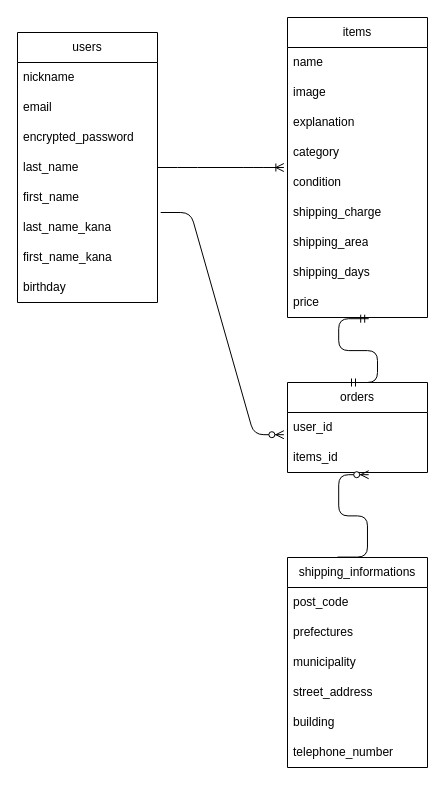
Earlier version of the draw.io diagram furima.dio (sken100627/furima-39775). Source tidied: cells renumbered, new cells numbered last; positions are measured from the earlier drawing's top-left corner, leaving out a move shared by most shapes. Both pictures are drawn from the tidied source at 100%, with x=0, y=0 at pixel (17, 17).
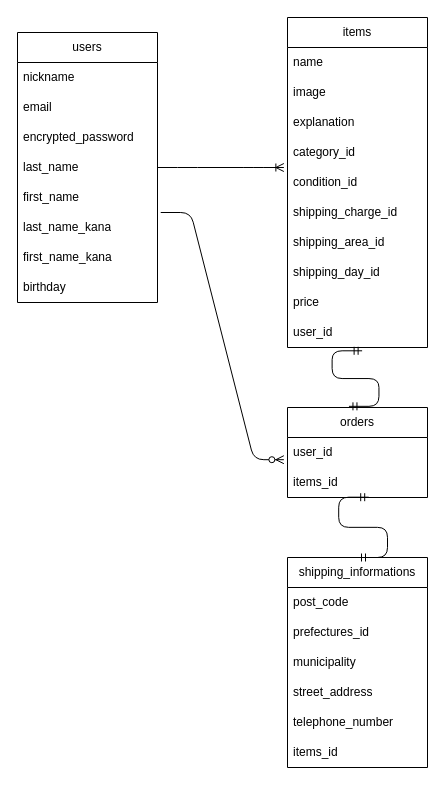
Above is the later version.

Commit message (it also covers changes not shown here):
ER図、README修正１

Unchanged cells that the change refers to:
```xml
<mxCell id="20" value="price" style="text;strokeColor=none;fillColor=none;align=left;verticalAlign=middle;spacingLeft=4;spacingRight=4;overflow=hidden;points=[[0,0.5],[1,0.5]];portConstraint=eastwest;whiteSpace=wrap;html=1;" parent="11" vertex="1">
  <mxGeometry y="270" width="140" height="30" as="geometry" />
</mxCell>
<mxCell id="21" value="shipping_informations" style="swimlane;fontStyle=0;horizontal=1;startSize=30;whiteSpace=wrap;html=1;" parent="1" vertex="1">
  <mxGeometry x="270" y="540" width="140" height="210" as="geometry" />
</mxCell>
<mxCell id="30" value="items_id" style="text;strokeColor=none;fillColor=none;align=left;verticalAlign=middle;spacingLeft=4;spacingRight=4;overflow=hidden;points=[[0,0.5],[1,0.5]];portConstraint=eastwest;whiteSpace=wrap;html=1;" parent="28" vertex="1">
  <mxGeometry y="60" width="140" height="30" as="geometry" />
</mxCell>
```

The edit, as a diff of the source:
```diff
@@
     <mxCell id="11" value="items" style="swimlane;fontStyle=0;horizontal=1;startSize=30;whiteSpace=wrap;html=1;" parent="1" vertex="1">
-      <mxGeometry x="270" width="140" height="300" as="geometry" />
+      <mxGeometry x="270" width="140" height="330" as="geometry" />
     </mxCell>
@@
-    <mxCell id="15" value="category" style="text;strokeColor=none;fillColor=none;align=left;verticalAlign=middle;spacingLeft=4;spacingRight=4;overflow=hidden;whiteSpace=wrap;html=1;" parent="11" vertex="1">
+    <mxCell id="15" value="category_id" style="text;strokeColor=none;fillColor=none;align=left;verticalAlign=middle;spacingLeft=4;spacingRight=4;overflow=hidden;whiteSpace=wrap;html=1;" parent="11" vertex="1">
       <mxGeometry y="120" width="140" height="30" as="geometry" />
     </mxCell>
-    <mxCell id="16" value="condition" style="text;strokeColor=none;fillColor=none;align=left;verticalAlign=middle;spacingLeft=4;spacingRight=4;overflow=hidden;points=[[0,0.5],[1,0.5]];portConstraint=eastwest;whiteSpace=wrap;html=1;" parent="11" vertex="1">
+    <mxCell id="16" value="condition_id" style="text;strokeColor=none;fillColor=none;align=left;verticalAlign=middle;spacingLeft=4;spacingRight=4;overflow=hidden;points=[[0,0.5],[1,0.5]];portConstraint=eastwest;whiteSpace=wrap;html=1;" parent="11" vertex="1">
       <mxGeometry y="150" width="140" height="30" as="geometry" />
     </mxCell>
-    <mxCell id="17" value="shipping_charge" style="text;strokeColor=none;fillColor=none;align=left;verticalAlign=middle;spacingLeft=4;spacingRight=4;overflow=hidden;whiteSpace=wrap;html=1;" parent="11" vertex="1">
+    <mxCell id="17" value="shipping_charge_id" style="text;strokeColor=none;fillColor=none;align=left;verticalAlign=middle;spacingLeft=4;spacingRight=4;overflow=hidden;whiteSpace=wrap;html=1;" parent="11" vertex="1">
       <mxGeometry y="180" width="140" height="30" as="geometry" />
     </mxCell>
-    <mxCell id="18" value="shipping_area" style="text;strokeColor=none;fillColor=none;align=left;verticalAlign=middle;spacingLeft=4;spacingRight=4;overflow=hidden;whiteSpace=wrap;html=1;" parent="11" vertex="1">
+    <mxCell id="18" value="shipping_area_id" style="text;strokeColor=none;fillColor=none;align=left;verticalAlign=middle;spacingLeft=4;spacingRight=4;overflow=hidden;whiteSpace=wrap;html=1;" parent="11" vertex="1">
       <mxGeometry y="210" width="140" height="30" as="geometry" />
     </mxCell>
-    <mxCell id="19" value="shipping_days" style="text;strokeColor=none;fillColor=none;align=left;verticalAlign=middle;spacingLeft=4;spacingRight=4;overflow=hidden;whiteSpace=wrap;html=1;" parent="11" vertex="1">
+    <mxCell id="19" value="shipping_day_id" style="text;strokeColor=none;fillColor=none;align=left;verticalAlign=middle;spacingLeft=4;spacingRight=4;overflow=hidden;whiteSpace=wrap;html=1;" parent="11" vertex="1">
       <mxGeometry y="240" width="140" height="30" as="geometry" />
     </mxCell>
@@
+    <mxCell id="35" value="user_id" style="text;strokeColor=none;fillColor=none;align=left;verticalAlign=middle;spacingLeft=4;spacingRight=4;overflow=hidden;points=[[0,0.5],[1,0.5]];portConstraint=eastwest;whiteSpace=wrap;html=1;" parent="11" vertex="1">
+      <mxGeometry y="300" width="140" height="30" as="geometry" />
+    </mxCell>
@@
-    <mxCell id="23" value="prefectures" style="text;strokeColor=none;fillColor=none;align=left;verticalAlign=middle;spacingLeft=4;spacingRight=4;overflow=hidden;whiteSpace=wrap;html=1;" parent="21" vertex="1">
+    <mxCell id="23" value="prefectures_id" style="text;strokeColor=none;fillColor=none;align=left;verticalAlign=middle;spacingLeft=4;spacingRight=4;overflow=hidden;whiteSpace=wrap;html=1;" parent="21" vertex="1">
       <mxGeometry y="60" width="140" height="30" as="geometry" />
     </mxCell>
@@
-    <mxCell id="26" value="building" style="text;strokeColor=none;fillColor=none;align=left;verticalAlign=middle;spacingLeft=4;spacingRight=4;overflow=hidden;whiteSpace=wrap;html=1;" parent="21" vertex="1">
-      <mxGeometry y="150" width="140" height="30" as="geometry" />
-    </mxCell>
     <mxCell id="27" value="telephone_number" style="text;strokeColor=none;fillColor=none;align=left;verticalAlign=middle;spacingLeft=4;spacingRight=4;overflow=hidden;whiteSpace=wrap;html=1;" parent="21" vertex="1">
-      <mxGeometry y="180" width="140" height="30" as="geometry" />
+      <mxGeometry y="150" width="140" height="30" as="geometry" />
     </mxCell>
+    <mxCell id="36" value="items_id" style="text;strokeColor=none;fillColor=none;align=left;verticalAlign=middle;spacingLeft=4;spacingRight=4;overflow=hidden;whiteSpace=wrap;html=1;" parent="21" vertex="1">
+      <mxGeometry y="180" width="140" height="30" as="geometry" />
+    </mxCell>
     <mxCell id="28" value="orders" style="swimlane;fontStyle=0;horizontal=1;startSize=30;whiteSpace=wrap;html=1;" parent="1" vertex="1">
-      <mxGeometry x="270" y="365" width="140" height="90" as="geometry" />
+      <mxGeometry x="270" y="390" width="140" height="90" as="geometry" />
     </mxCell>
@@
-    <mxCell id="32" style="edgeStyle=entityRelationEdgeStyle;fontSize=12;html=1;endArrow=ERzeroToMany;endFill=1;targetPerimeterSpacing=1;entryX=0.58;entryY=1.073;entryDx=0;entryDy=0;entryPerimeter=0;exitX=0.357;exitY=-0.002;exitDx=0;exitDy=0;exitPerimeter=0;" parent="1" edge="1" source="21" target="30">
-      <mxGeometry relative="1" as="geometry" />
-    </mxCell>
@@
-    <mxCell id="34" style="edgeStyle=entityRelationEdgeStyle;fontSize=12;html=1;endArrow=ERmandOne;startArrow=ERmandOne;targetPerimeterSpacing=1;entryX=0.58;entryY=1.04;entryDx=0;entryDy=0;entryPerimeter=0;" parent="1" edge="1" target="20">
-      <mxGeometry relative="1" as="geometry">
-        <mxPoint x="330" y="365" as="sourcePoint" />
-      </mxGeometry>
+    <mxCell id="34" style="edgeStyle=entityRelationEdgeStyle;fontSize=12;html=1;endArrow=ERmandOne;startArrow=ERmandOne;targetPerimeterSpacing=1;entryX=0.533;entryY=1.11;entryDx=0;entryDy=0;entryPerimeter=0;exitX=0.439;exitY=-0.013;exitDx=0;exitDy=0;exitPerimeter=0;" parent="1" edge="1" source="28" target="35">
+      <mxGeometry relative="1" as="geometry" />
     </mxCell>
+    <mxCell id="32" style="edgeStyle=entityRelationEdgeStyle;fontSize=12;html=1;endArrow=ERmandOne;startArrow=ERmandOne;targetPerimeterSpacing=1;entryX=0.58;entryY=0.99;entryDx=0;entryDy=0;entryPerimeter=0;exitX=0.5;exitY=0;exitDx=0;exitDy=0;" parent="1" edge="1" source="21" target="30">
+      <mxGeometry relative="1" as="geometry" />
+    </mxCell>
```
